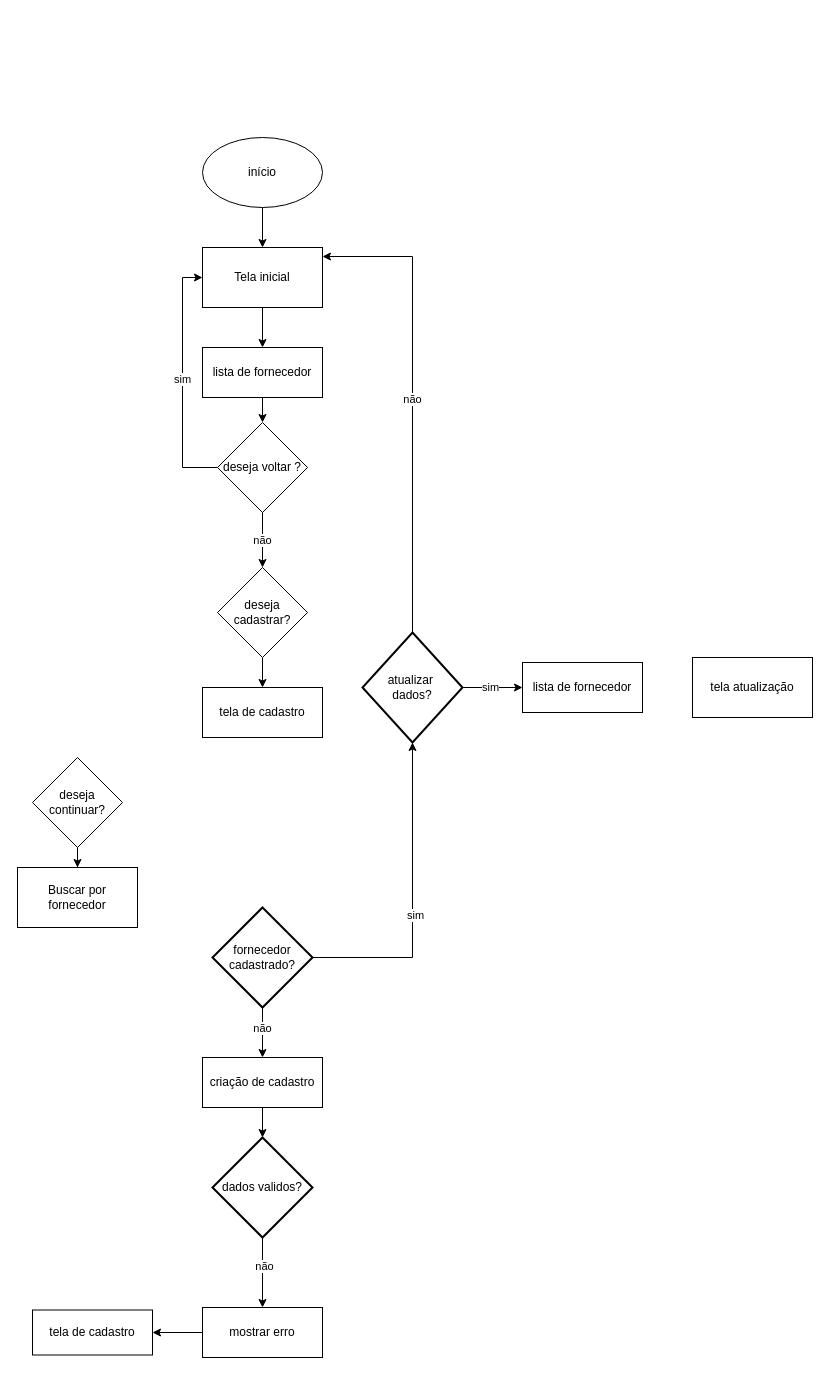
The draw.io diagram doc/fluxograma3.drawio in Marigodoy26/EquipeK, before the edit. Source tidied: cells renumbered, new cells numbered last; positions are measured from the earlier drawing's top-left corner, leaving out a move shared by most shapes. Both pictures are drawn from the tidied source at 100%, with x=0, y=0 at pixel (17, 137).
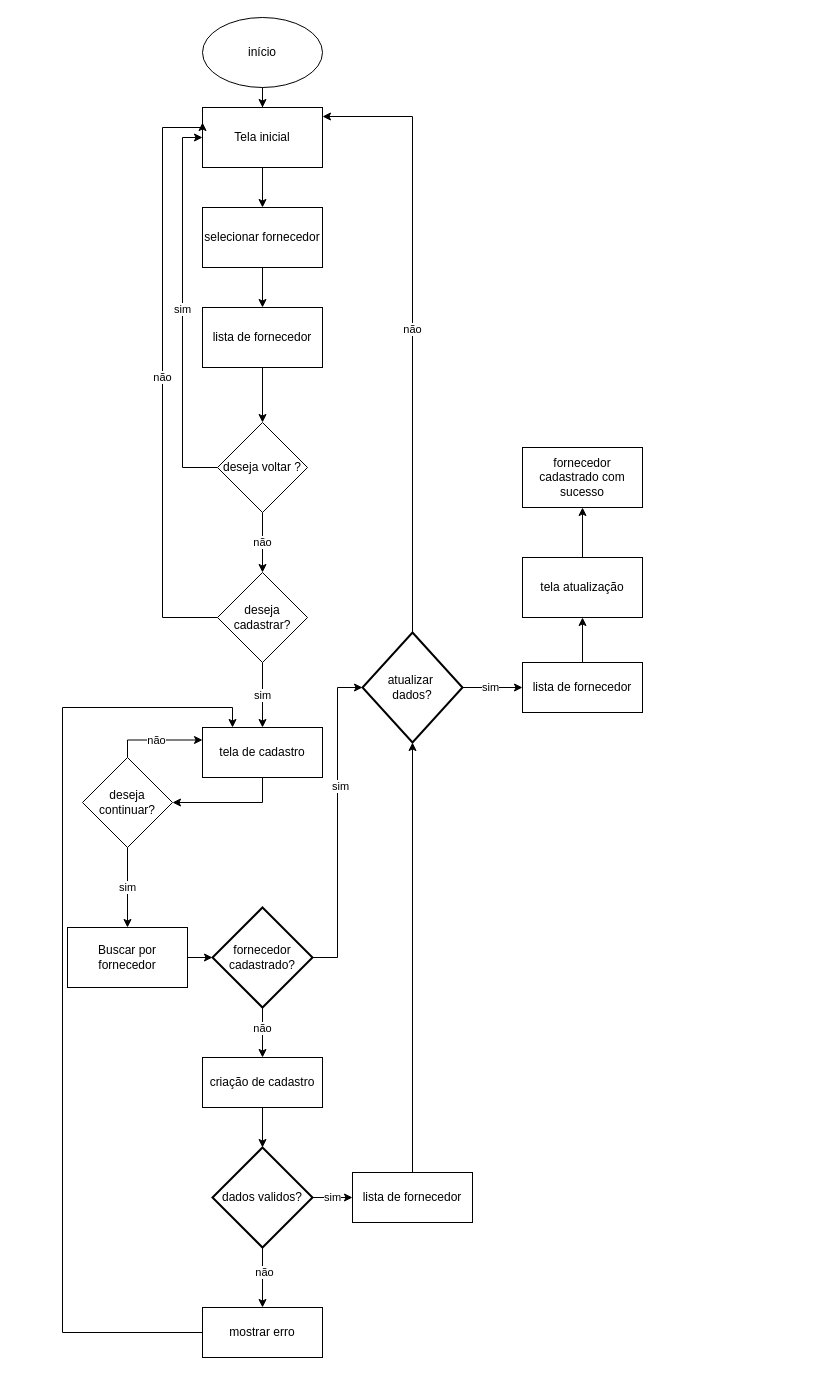
After the change.

Unchanged cells that the change refers to:
```xml
<mxCell id="12" value="mostrar erro" style="rounded=0;whiteSpace=wrap;html=1;" parent="1" vertex="1">
  <mxGeometry x="185" y="1170" width="120" height="50" as="geometry" />
</mxCell>
<mxCell id="15" value="atualizar&amp;nbsp;&lt;div&gt;dados?&lt;/div&gt;" style="strokeWidth=2;html=1;shape=mxgraph.flowchart.decision;whiteSpace=wrap;" parent="1" vertex="1">
  <mxGeometry x="345" y="495" width="100" height="110" as="geometry" />
</mxCell>
<mxCell id="16" value="lista de fornecedor" style="rounded=0;whiteSpace=wrap;html=1;" parent="1" vertex="1">
  <mxGeometry x="505" y="525" width="120" height="50" as="geometry" />
</mxCell>
<mxCell id="22" value="fornecedor cadastrado?" style="strokeWidth=2;html=1;shape=mxgraph.flowchart.decision;whiteSpace=wrap;" parent="1" vertex="1">
  <mxGeometry x="195" y="770" width="100" height="100" as="geometry" />
</mxCell>
<mxCell id="28" value="deseja voltar ?" style="rhombus;whiteSpace=wrap;html=1;" parent="1" vertex="1">
  <mxGeometry x="200" y="285" width="90" height="90" as="geometry" />
</mxCell>
```

Diff of the diagram source:
```diff
@@
     <mxCell id="3" value="início" style="ellipse;whiteSpace=wrap;html=1;" parent="1" vertex="1">
-      <mxGeometry x="185" width="120" height="70" as="geometry" />
+      <mxGeometry x="185" y="-120" width="120" height="70" as="geometry" />
     </mxCell>
-    <mxCell id="4" style="edgeStyle=orthogonalEdgeStyle;rounded=0;jettySize=auto;html=1;" parent="1" edge="1" source="5" target="28">
-      <mxGeometry relative="1" as="geometry" />
-    </mxCell>
-    <mxCell id="5" value="lista de fornecedor" style="rounded=0;whiteSpace=wrap;html=1;" parent="1" vertex="1">
-      <mxGeometry x="185" y="210" width="120" height="50" as="geometry" />
-    </mxCell>
@@
+    <mxCell id="36" value="sim" style="edgeStyle=orthogonalEdgeStyle;rounded=0;jettySize=auto;html=1;" parent="1" edge="1" source="10" target="49">
+      <mxGeometry relative="1" as="geometry" />
+    </mxCell>
     <mxCell id="10" value="dados validos?" style="strokeWidth=2;html=1;shape=mxgraph.flowchart.decision;whiteSpace=wrap;" parent="1" vertex="1">
-      <mxGeometry x="195" y="1000" width="100" height="100" as="geometry" />
+      <mxGeometry x="195" y="1010" width="100" height="100" as="geometry" />
     </mxCell>
-    <mxCell id="11" style="edgeStyle=orthogonalEdgeStyle;rounded=0;jettySize=auto;html=1;" parent="1" edge="1" source="12" target="33">
-      <mxGeometry relative="1" as="geometry" />
-    </mxCell>
+    <mxCell id="37" style="edgeStyle=orthogonalEdgeStyle;rounded=0;jettySize=auto;html=1;entryX=0.25;entryY=0;entryDx=0;entryDy=0;" parent="1" edge="1" source="12" target="35">
+      <mxGeometry relative="1" as="geometry">
+        <Array as="points">
+          <mxPoint x="45" y="1195" />
+          <mxPoint x="45" y="570" />
+          <mxPoint x="215" y="570" />
+        </Array>
+      </mxGeometry>
+    </mxCell>
@@
+    <mxCell id="38" style="edgeStyle=orthogonalEdgeStyle;rounded=0;jettySize=auto;html=1;" parent="1" edge="1" source="16" target="25">
+      <mxGeometry relative="1" as="geometry" />
+    </mxCell>
@@
-    <mxCell id="17" style="edgeStyle=orthogonalEdgeStyle;rounded=0;jettySize=auto;html=1;" parent="1" edge="1" source="18" target="5">
-      <mxGeometry relative="1" as="geometry" />
-    </mxCell>
+    <mxCell id="39" style="edgeStyle=orthogonalEdgeStyle;rounded=0;jettySize=auto;html=1;" parent="1" edge="1" source="18" target="46">
+      <mxGeometry relative="1" as="geometry" />
+    </mxCell>
     <mxCell id="18" value="Tela inicial" style="rounded=0;whiteSpace=wrap;html=1;" parent="1" vertex="1">
-      <mxGeometry x="185" y="110" width="120" height="60" as="geometry" />
+      <mxGeometry x="185" y="-30" width="120" height="60" as="geometry" />
     </mxCell>
+    <mxCell id="40" style="edgeStyle=orthogonalEdgeStyle;rounded=0;jettySize=auto;html=1;" parent="1" edge="1" source="19" target="22">
+      <mxGeometry relative="1" as="geometry" />
+    </mxCell>
     <mxCell id="19" value="Buscar por fornecedor" style="rounded=0;whiteSpace=wrap;html=1;" parent="1" vertex="1">
-      <mxGeometry y="730" width="120" height="60" as="geometry" />
+      <mxGeometry x="50" y="790" width="120" height="60" as="geometry" />
     </mxCell>
@@
-    <mxCell id="23" style="edgeStyle=orthogonalEdgeStyle;rounded=0;jettySize=auto;html=1;entryX=0.5;entryY=1;entryDx=0;entryDy=0;entryPerimeter=0;" parent="1" edge="1" source="22" target="15">
-      <mxGeometry relative="1" as="geometry" />
-    </mxCell>
-    <mxCell id="24" value="sim" style="edgeLabel;html=1;align=center;verticalAlign=middle;" parent="23" vertex="1">
-      <mxGeometry x="-0.09" y="-2" relative="1" as="geometry" />
-    </mxCell>
+    <mxCell id="41" style="edgeStyle=orthogonalEdgeStyle;rounded=0;jettySize=auto;html=1;" parent="1" edge="1" source="25" target="51">
+      <mxGeometry relative="1" as="geometry" />
+    </mxCell>
     <mxCell id="25" value="tela atualização" style="rounded=0;whiteSpace=wrap;html=1;" parent="1" vertex="1">
-      <mxGeometry x="675" y="520" width="120" height="60" as="geometry" />
+      <mxGeometry x="505" y="420" width="120" height="60" as="geometry" />
     </mxCell>
     <mxCell id="26" value="sim" style="edgeStyle=orthogonalEdgeStyle;rounded=0;jettySize=auto;html=1;entryX=0;entryY=0.5;entryDx=0;entryDy=0;" parent="1" edge="1" source="28" target="18">
       <mxGeometry relative="1" as="geometry">
         <Array as="points">
           <mxPoint x="165" y="330" />
-          <mxPoint x="165" y="140" />
+          <mxPoint x="165" />
         </Array>
       </mxGeometry>
     </mxCell>
@@
-    <mxCell id="29" style="edgeStyle=orthogonalEdgeStyle;rounded=0;jettySize=auto;html=1;" parent="1" edge="1" source="30" target="35">
+    <mxCell id="29" value="sim" style="edgeStyle=orthogonalEdgeStyle;rounded=0;jettySize=auto;html=1;" parent="1" edge="1" source="30" target="35">
       <mxGeometry relative="1" as="geometry" />
     </mxCell>
+    <mxCell id="42" value="não" style="edgeStyle=orthogonalEdgeStyle;rounded=0;jettySize=auto;html=1;entryX=0;entryY=0.25;entryDx=0;entryDy=0;" parent="1" edge="1" source="30" target="18">
+      <mxGeometry relative="1" as="geometry">
+        <Array as="points">
+          <mxPoint x="145" y="480" />
+          <mxPoint x="145" y="-10" />
+          <mxPoint x="185" y="-10" />
+        </Array>
+      </mxGeometry>
+    </mxCell>
     <mxCell id="30" value="deseja cadastrar?" style="rhombus;whiteSpace=wrap;html=1;" parent="1" vertex="1">
-      <mxGeometry x="200" y="430" width="90" height="90" as="geometry" />
+      <mxGeometry x="200" y="435" width="90" height="90" as="geometry" />
     </mxCell>
-    <mxCell id="31" style="edgeStyle=orthogonalEdgeStyle;rounded=0;jettySize=auto;html=1;" parent="1" edge="1" source="32" target="19">
+    <mxCell id="31" value="sim" style="edgeStyle=orthogonalEdgeStyle;rounded=0;jettySize=auto;html=1;" parent="1" edge="1" source="32" target="19">
       <mxGeometry relative="1" as="geometry" />
     </mxCell>
+    <mxCell id="43" value="não" style="edgeStyle=orthogonalEdgeStyle;rounded=0;jettySize=auto;html=1;entryX=0;entryY=0.25;entryDx=0;entryDy=0;" parent="1" edge="1" source="32" target="35">
+      <mxGeometry relative="1" as="geometry">
+        <Array as="points">
+          <mxPoint x="110" y="603" />
+        </Array>
+      </mxGeometry>
+    </mxCell>
     <mxCell id="32" value="deseja continuar?" style="rhombus;whiteSpace=wrap;html=1;" parent="1" vertex="1">
-      <mxGeometry x="15" y="620" width="90" height="90" as="geometry" />
+      <mxGeometry x="65" y="620" width="90" height="90" as="geometry" />
     </mxCell>
-    <mxCell id="33" value="tela de cadastro" style="rounded=0;whiteSpace=wrap;html=1;" parent="1" vertex="1">
-      <mxGeometry x="15" y="1172.5" width="120" height="45" as="geometry" />
-    </mxCell>
     <mxCell id="34" value="não" style="edgeStyle=orthogonalEdgeStyle;rounded=0;jettySize=auto;html=1;entryX=1;entryY=0.15;entryDx=0;entryDy=0;entryPerimeter=0;" parent="1" edge="1" source="15" target="18">
       <mxGeometry relative="1" as="geometry">
         <Array as="points">
-          <mxPoint x="395" y="119" />
+          <mxPoint x="395" y="-21" />
         </Array>
       </mxGeometry>
     </mxCell>
+    <mxCell id="44" style="edgeStyle=orthogonalEdgeStyle;rounded=0;jettySize=auto;html=1;entryX=1;entryY=0.5;entryDx=0;entryDy=0;" parent="1" edge="1" source="35" target="32">
+      <mxGeometry relative="1" as="geometry">
+        <Array as="points">
+          <mxPoint x="245" y="665" />
+        </Array>
+      </mxGeometry>
+    </mxCell>
     <mxCell id="35" value="tela de cadastro" style="rounded=0;whiteSpace=wrap;html=1;" parent="1" vertex="1">
-      <mxGeometry x="185" y="550" width="120" height="50" as="geometry" />
+      <mxGeometry x="185" y="590" width="120" height="50" as="geometry" />
     </mxCell>
+    <mxCell id="45" style="edgeStyle=orthogonalEdgeStyle;rounded=0;jettySize=auto;html=1;" parent="1" edge="1" source="46" target="48">
+      <mxGeometry relative="1" as="geometry" />
+    </mxCell>
+    <mxCell id="46" value="selecionar fornecedor" style="rounded=0;whiteSpace=wrap;html=1;" parent="1" vertex="1">
+      <mxGeometry x="185" y="70" width="120" height="60" as="geometry" />
+    </mxCell>
+    <mxCell id="47" style="edgeStyle=orthogonalEdgeStyle;rounded=0;jettySize=auto;html=1;" parent="1" edge="1" source="48" target="28">
+      <mxGeometry relative="1" as="geometry" />
+    </mxCell>
+    <mxCell id="48" value="lista de fornecedor" style="rounded=0;whiteSpace=wrap;html=1;" parent="1" vertex="1">
+      <mxGeometry x="185" y="170" width="120" height="60" as="geometry" />
+    </mxCell>
+    <mxCell id="49" value="lista de fornecedor" style="rounded=0;whiteSpace=wrap;html=1;" parent="1" vertex="1">
+      <mxGeometry x="335" y="1035" width="120" height="50" as="geometry" />
+    </mxCell>
+    <mxCell id="23" style="edgeStyle=orthogonalEdgeStyle;rounded=0;jettySize=auto;html=1;entryX=0;entryY=0.5;entryDx=0;entryDy=0;entryPerimeter=0;" parent="1" edge="1" source="22" target="15">
+      <mxGeometry relative="1" as="geometry" />
+    </mxCell>
+    <mxCell id="24" value="sim" style="edgeLabel;html=1;align=center;verticalAlign=middle;" parent="23" vertex="1">
+      <mxGeometry x="0.23" y="-2" relative="1" as="geometry" />
+    </mxCell>
+    <mxCell id="50" style="edgeStyle=orthogonalEdgeStyle;rounded=0;jettySize=auto;html=1;entryX=0.5;entryY=1;entryDx=0;entryDy=0;entryPerimeter=0;" parent="1" edge="1" source="49" target="15">
+      <mxGeometry relative="1" as="geometry" />
+    </mxCell>
+    <mxCell id="51" value="fornecedor cadastrado com sucesso" style="whiteSpace=wrap;html=1;rounded=0;" parent="1" vertex="1">
+      <mxGeometry x="505" y="310" width="120" height="60" as="geometry" />
+    </mxCell>
```
